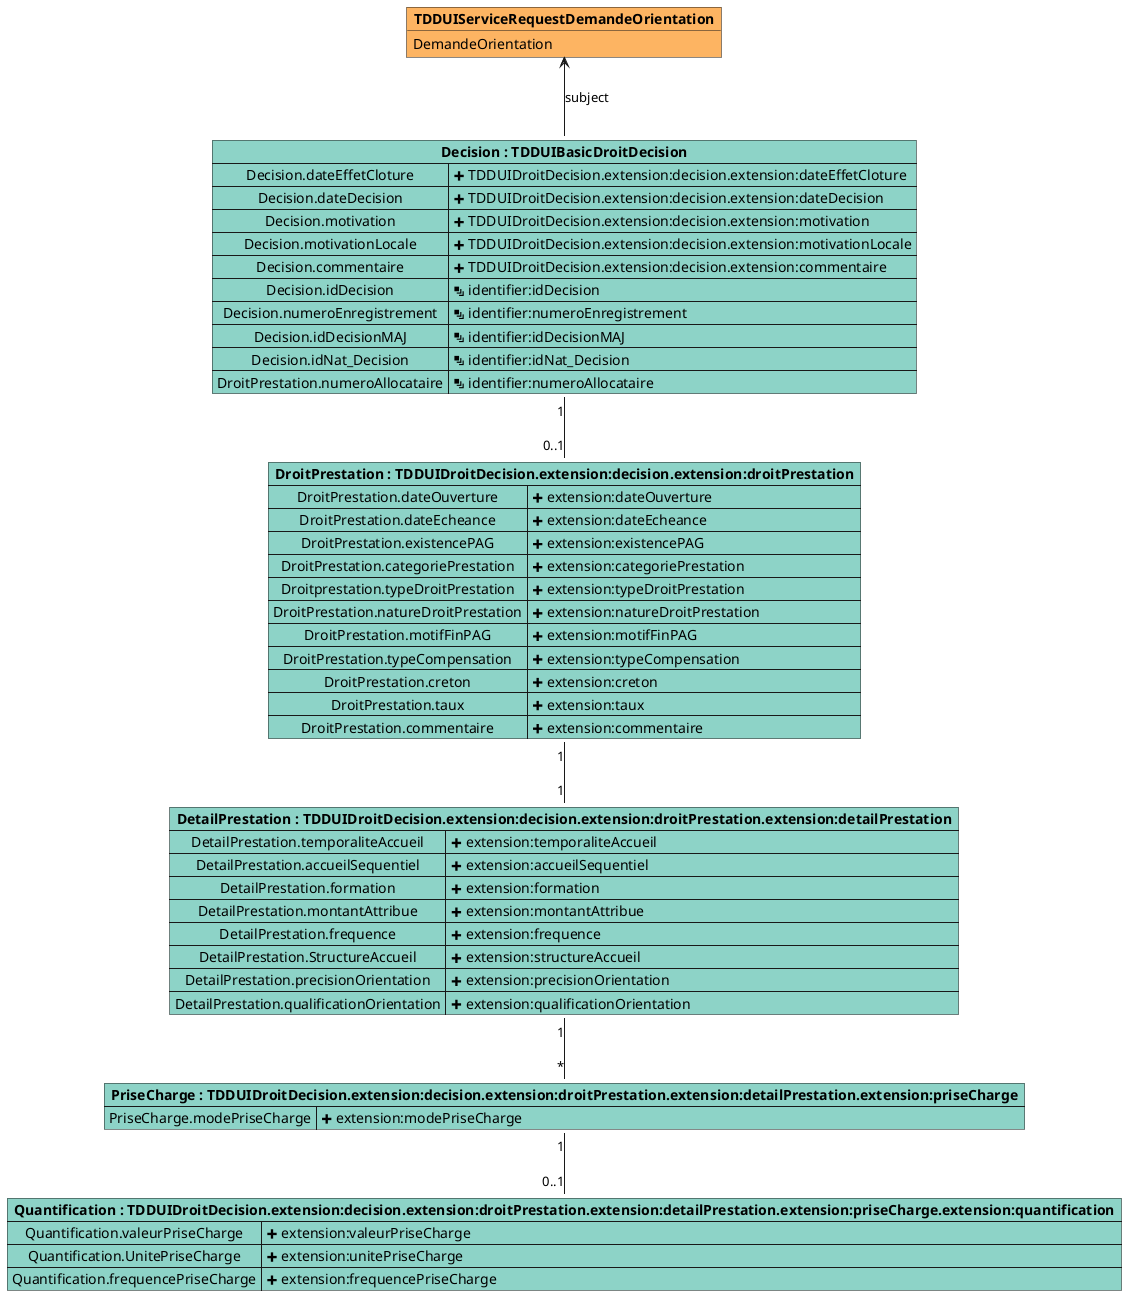
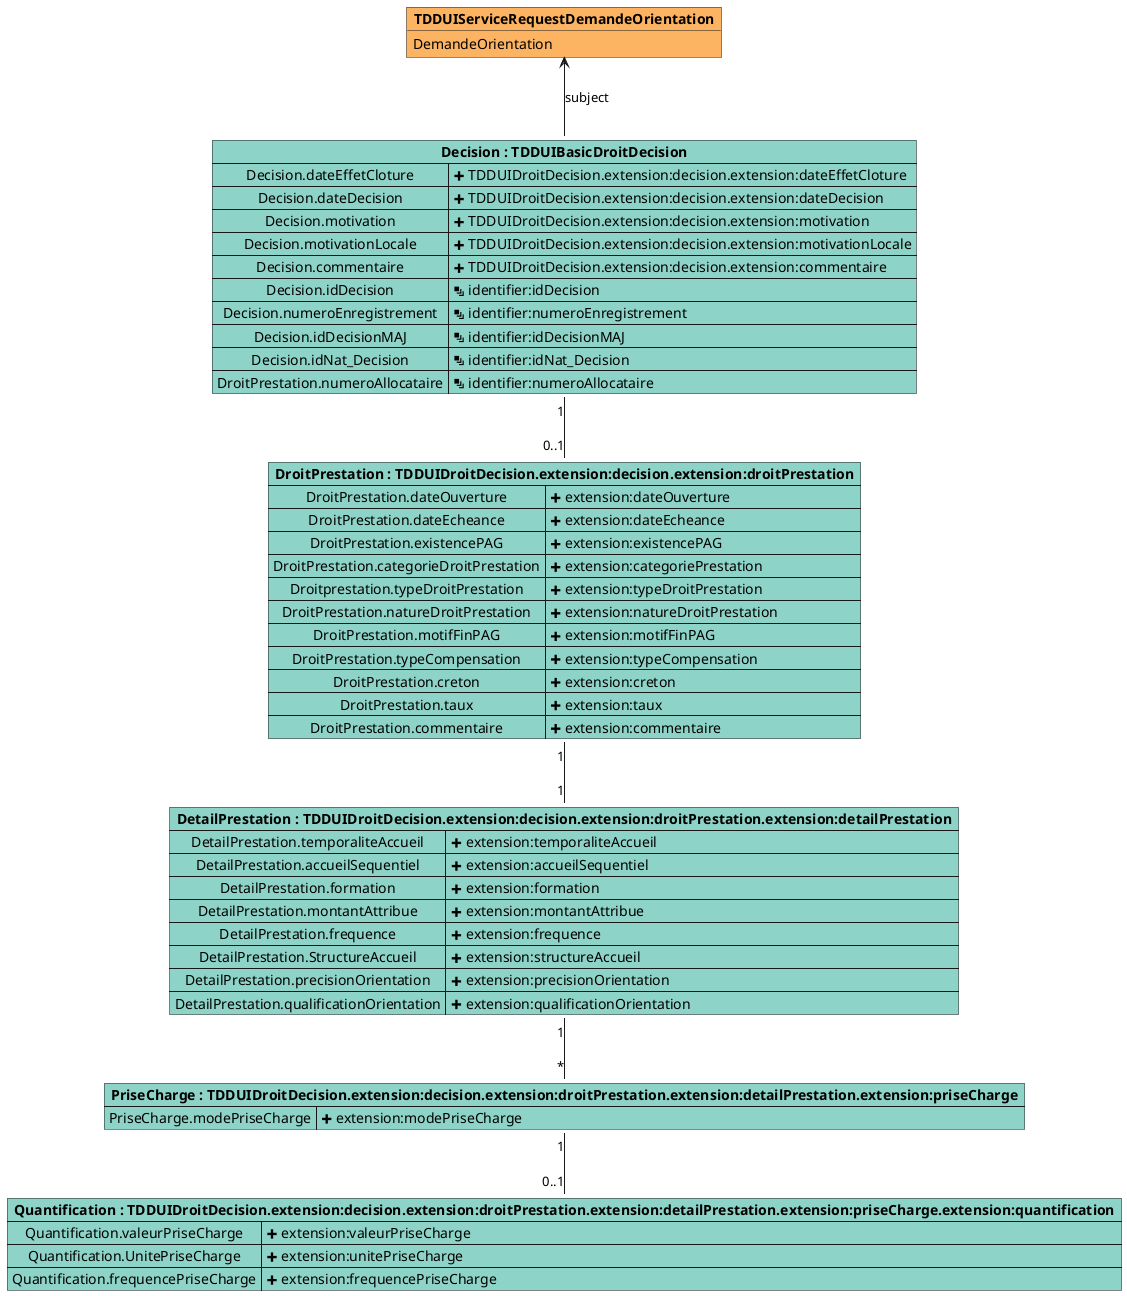
@startuml

object "**TDDUIServiceRequestDemandeOrientation**" as DemandeOrientation #fdb462 {
    DemandeOrientation
}

map "**Decision : TDDUIBasicDroitDecision**" as Decision #8dd3c7 {
    Decision.dateEffetCloture => <&plus> TDDUIDroitDecision.extension:decision.extension:dateEffetCloture
    Decision.dateDecision => <&plus> TDDUIDroitDecision.extension:decision.extension:dateDecision
    Decision.motivation => <&plus> TDDUIDroitDecision.extension:decision.extension:motivation
    Decision.motivationLocale => <&plus> TDDUIDroitDecision.extension:decision.extension:motivationLocale
    Decision.commentaire => <&plus> TDDUIDroitDecision.extension:decision.extension:commentaire
    Decision.idDecision => <&layers> identifier:idDecision
    Decision.numeroEnregistrement => <&layers> identifier:numeroEnregistrement
    Decision.idDecisionMAJ => <&layers> identifier:idDecisionMAJ
    Decision.idNat_Decision => <&layers> identifier:idNat_Decision
    DroitPrestation.numeroAllocataire => <&layers> identifier:numeroAllocataire
    }

map "**DroitPrestation : TDDUIDroitDecision.extension:decision.extension:droitPrestation**" as DroitPrestation #8dd3c7 {

    DroitPrestation.dateOuverture => <&plus> extension:dateOuverture
    DroitPrestation.dateEcheance => <&plus> extension:dateEcheance
    DroitPrestation.existencePAG => <&plus> extension:existencePAG
-     DroitPrestation.categoriePrestation => <&plus> extension:categoriePrestation
+     DroitPrestation.categorieDroitPrestation => <&plus> extension:categoriePrestation
    Droitprestation.typeDroitPrestation => <&plus> extension:typeDroitPrestation
    DroitPrestation.natureDroitPrestation => <&plus> extension:natureDroitPrestation
    DroitPrestation.motifFinPAG => <&plus> extension:motifFinPAG
    DroitPrestation.typeCompensation => <&plus> extension:typeCompensation
    DroitPrestation.creton => <&plus> extension:creton
    DroitPrestation.taux => <&plus> extension:taux
    DroitPrestation.commentaire => <&plus> extension:commentaire
}

map "**DetailPrestation : TDDUIDroitDecision.extension:decision.extension:droitPrestation.extension:detailPrestation**" as DetailPrestation #8dd3c7 {
    DetailPrestation.temporaliteAccueil => <&plus> extension:temporaliteAccueil
    DetailPrestation.accueilSequentiel => <&plus> extension:accueilSequentiel
    DetailPrestation.formation => <&plus> extension:formation
    DetailPrestation.montantAttribue => <&plus> extension:montantAttribue
    DetailPrestation.frequence => <&plus> extension:frequence
    DetailPrestation.StructureAccueil => <&plus> extension:structureAccueil
    DetailPrestation.precisionOrientation => <&plus> extension:precisionOrientation
    DetailPrestation.qualificationOrientation => <&plus> extension:qualificationOrientation
}

map "**PriseCharge : TDDUIDroitDecision.extension:decision.extension:droitPrestation.extension:detailPrestation.extension:priseCharge**" as PriseCharge #8dd3c7 {
    PriseCharge.modePriseCharge => <&plus> extension:modePriseCharge
}
map "**Quantification : TDDUIDroitDecision.extension:decision.extension:droitPrestation.extension:detailPrestation.extension:priseCharge.extension:quantification**" as Quantification #8dd3c7 {
    Quantification.valeurPriseCharge => <&plus> extension:valeurPriseCharge
    Quantification.UnitePriseCharge => <&plus> extension:unitePriseCharge
    Quantification.frequencePriseCharge => <&plus> extension:frequencePriseCharge

}

Decision -u-> DemandeOrientation : subject
Decision "1" -d- "0..1" DroitPrestation
DroitPrestation "1" -d- "1" DetailPrestation
DetailPrestation "1" -d- "*" PriseCharge
PriseCharge "1" -d- "0..1" Quantification


@enduml